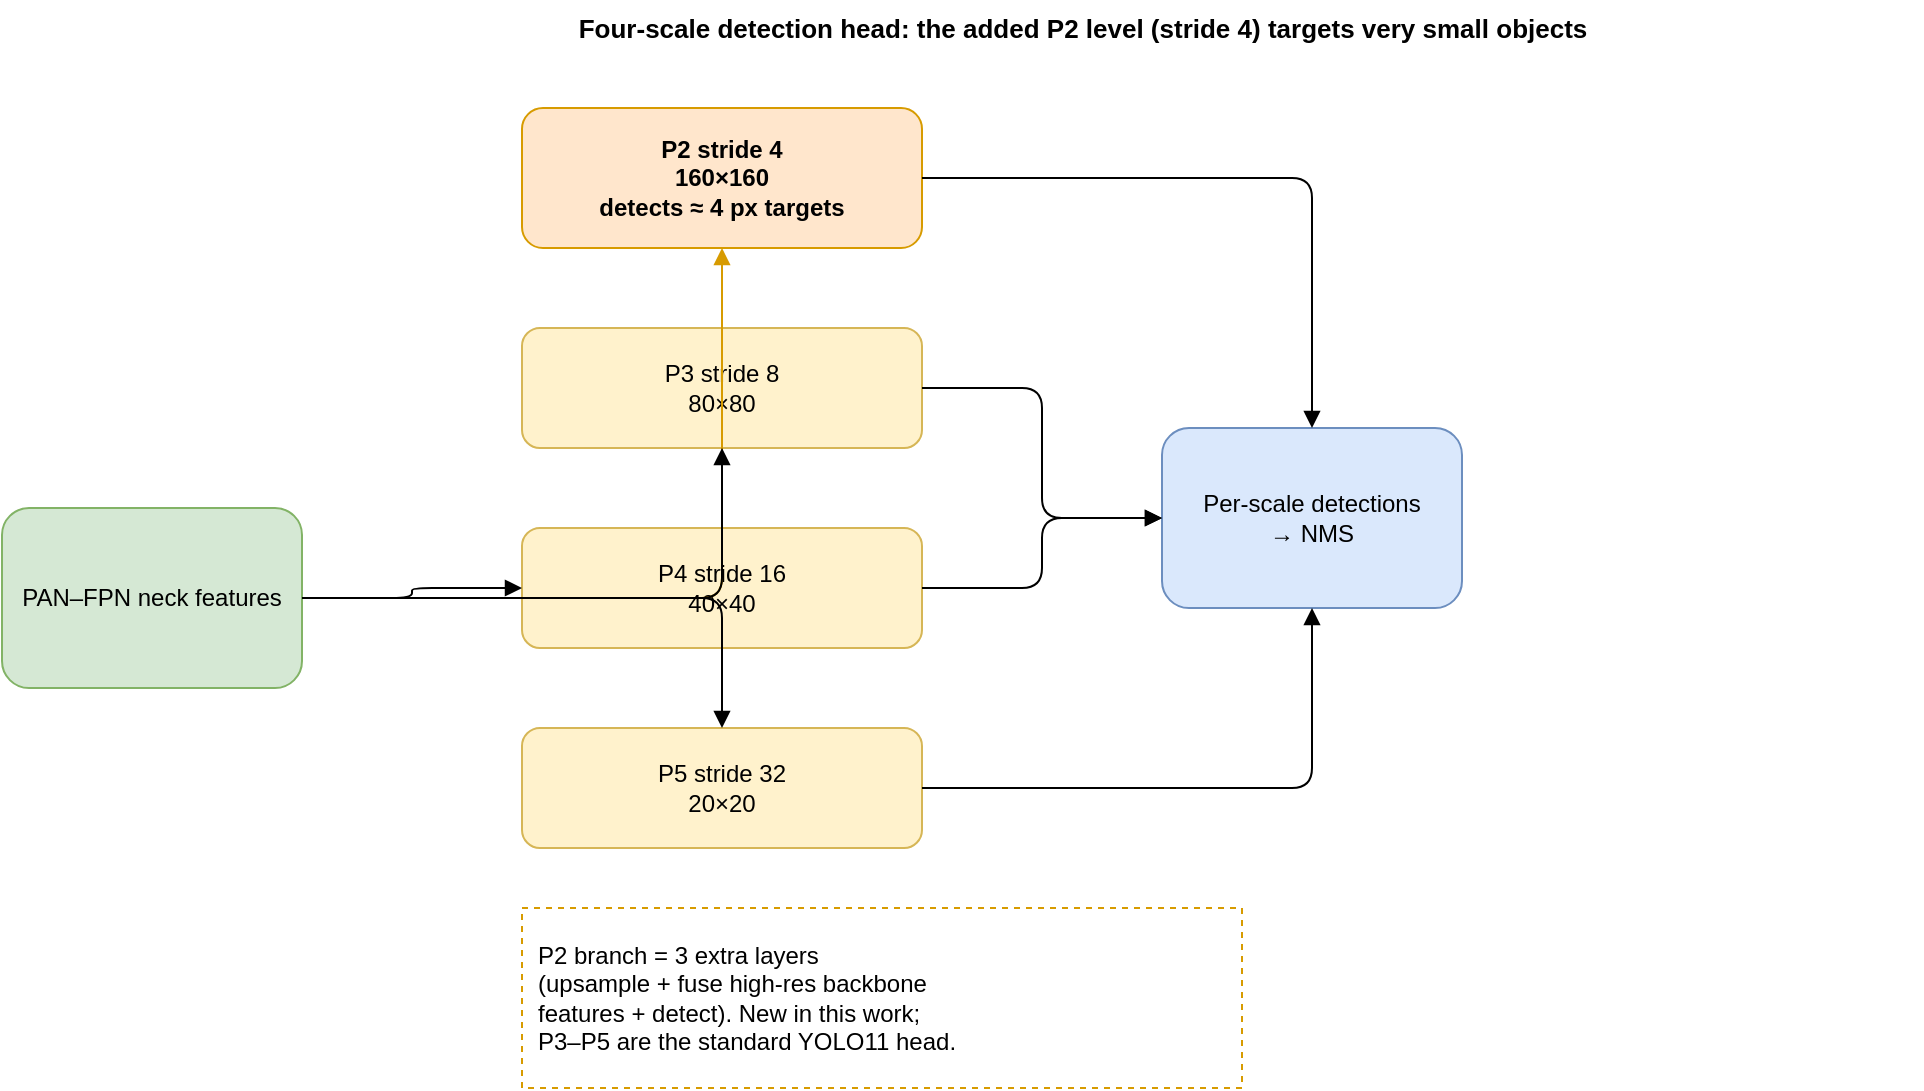
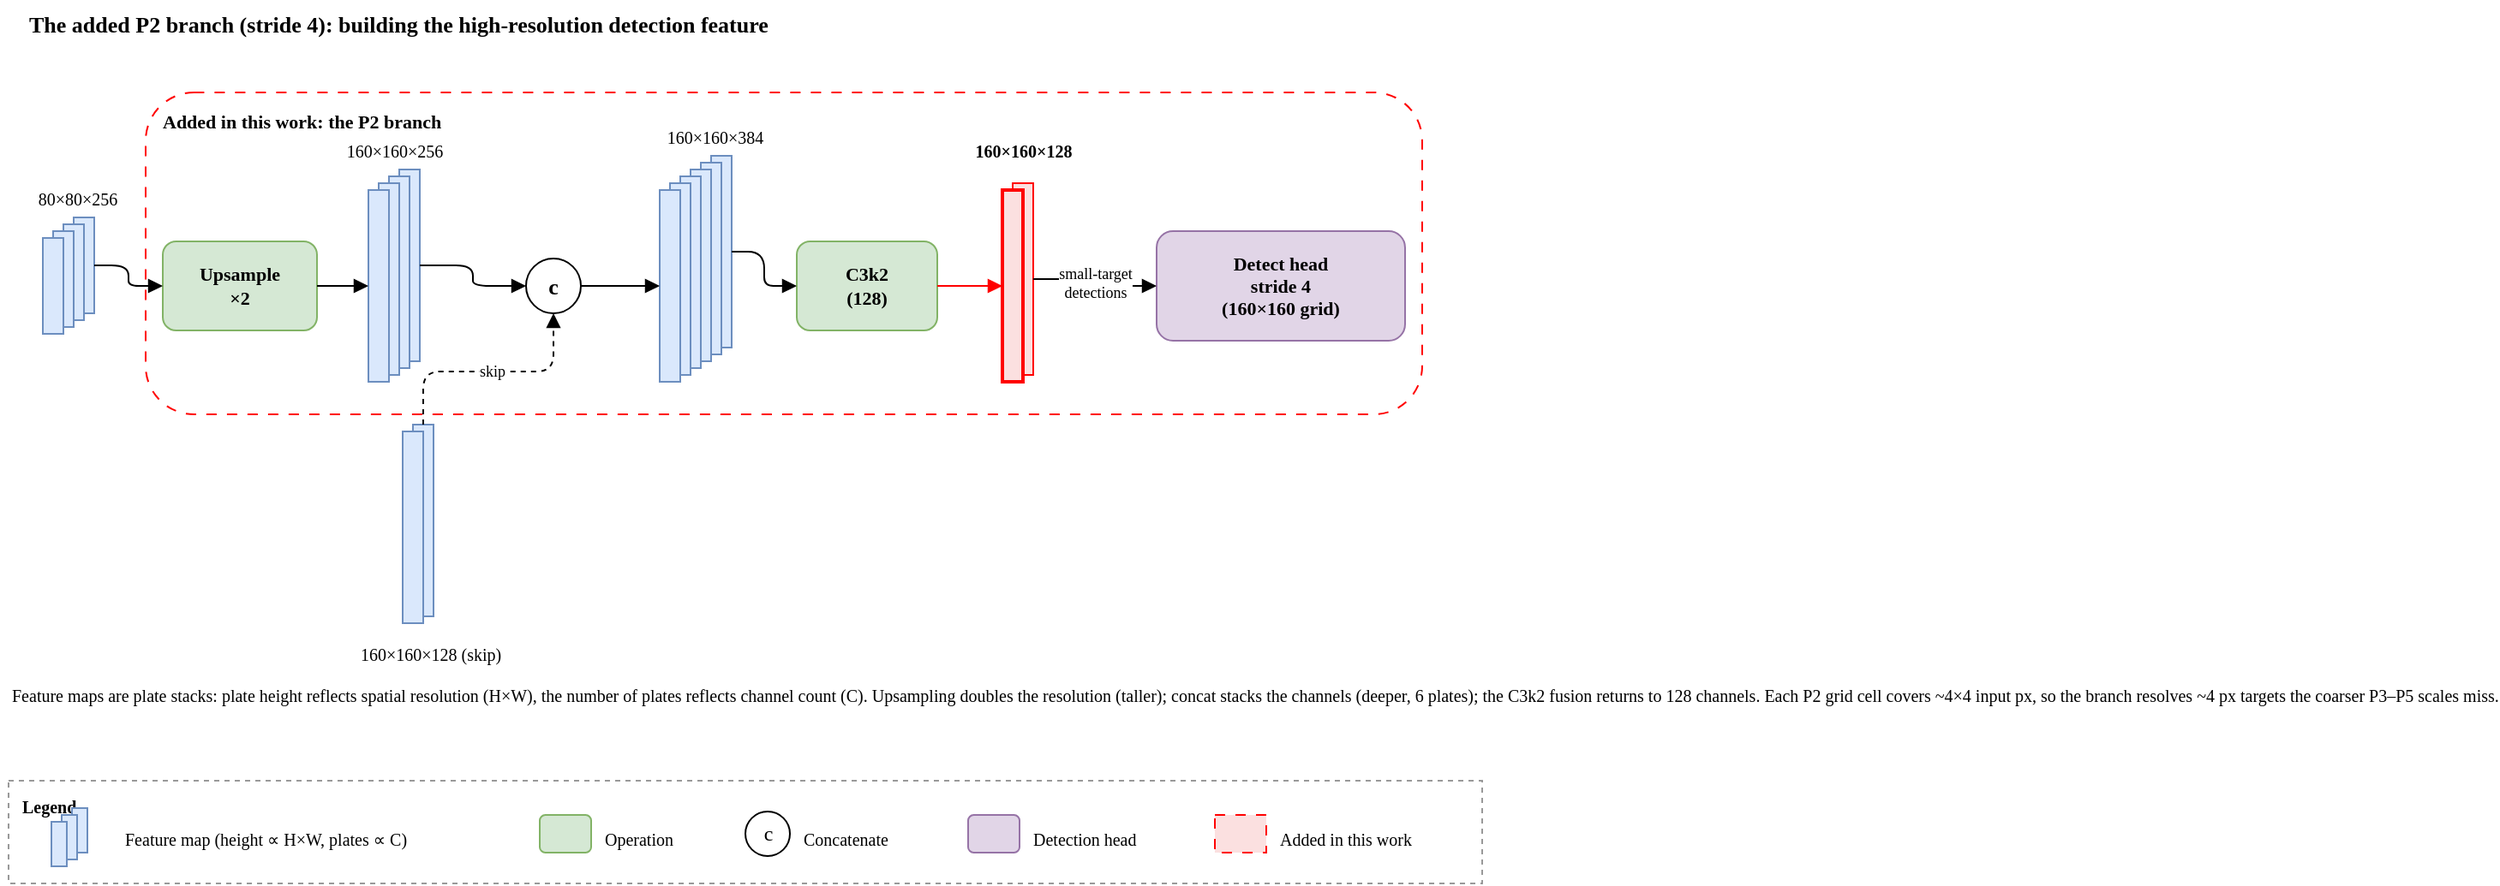
<mxfile host="app.diagrams.net" type="device">
-   <diagram name="P2 head" id="p2head">
-     <mxGraphModel dx="1000" dy="640" grid="1" gridSize="10" guides="1" arrows="1" fold="1" page="1" pageWidth="1200" pageHeight="640" math="0">
+   <diagram name="P2 branch (zoom)" id="p2branch">
+     <mxGraphModel dx="1100" dy="620" grid="1" gridSize="10" guides="1" tooltips="1" connect="1" arrows="1" fold="1" page="1" pageScale="1" pageWidth="900" pageHeight="540" math="0" shadow="0">
      <root>
-         <mxCell id="0"/>
-         <mxCell id="1" parent="0"/>
-         <mxCell id="t" value="Four-scale detection head: the added P2 level (stride 4) targets very small objects" style="text;html=1;fontSize=13;fontStyle=1;align=center;" vertex="1" parent="1"><mxGeometry x="180" y="16" width="840" height="24" as="geometry"/></mxCell>
+         <mxCell id="0" />
+         <mxCell id="1" parent="0" />

-         <mxCell id="neck" value="PAN&#8211;FPN neck features" style="rounded=1;whiteSpace=wrap;html=1;fillColor=#d5e8d4;strokeColor=#82b366;" vertex="1" parent="1"><mxGeometry x="60" y="270" width="150" height="90" as="geometry"/></mxCell>
+         <mxCell id="ttl" value="The added P2 branch (stride 4): building the high-resolution detection feature" style="text;html=1;fontFamily=Times New Roman;fontSize=13;fontStyle=1;align=left;" vertex="1" parent="1"><mxGeometry x="30" y="8" width="820" height="24" as="geometry" /></mxCell>

-         <mxCell id="p2" value="P2  stride 4&#10;160&#215;160&#10;detects &#8776; 4 px targets" style="rounded=1;whiteSpace=wrap;html=1;fillColor=#ffe6cc;strokeColor=#d79b00;fontStyle=1;" vertex="1" parent="1"><mxGeometry x="320" y="70" width="200" height="70" as="geometry"/></mxCell>
-         <mxCell id="p3" value="P3  stride 8&#10;80&#215;80" style="rounded=1;whiteSpace=wrap;html=1;fillColor=#fff2cc;strokeColor=#d6b656;" vertex="1" parent="1"><mxGeometry x="320" y="180" width="200" height="60" as="geometry"/></mxCell>
-         <mxCell id="p4" value="P4  stride 16&#10;40&#215;40" style="rounded=1;whiteSpace=wrap;html=1;fillColor=#fff2cc;strokeColor=#d6b656;" vertex="1" parent="1"><mxGeometry x="320" y="280" width="200" height="60" as="geometry"/></mxCell>
-         <mxCell id="p5" value="P5  stride 32&#10;20&#215;20" style="rounded=1;whiteSpace=wrap;html=1;fillColor=#fff2cc;strokeColor=#d6b656;" vertex="1" parent="1"><mxGeometry x="320" y="380" width="200" height="60" as="geometry"/></mxCell>
+         <!-- ===== red contribution container (drawn first, behind) ===== -->
+         <mxCell id="added" value="Added in this work: the P2 branch" style="rounded=1;whiteSpace=wrap;html=1;dashed=1;fillColor=none;strokeColor=#FF0000;fontFamily=Times New Roman;fontSize=11;fontStyle=1;verticalAlign=top;align=left;spacingLeft=8;spacingTop=4;dashPattern=6 6;" vertex="1" parent="1"><mxGeometry x="100" y="62" width="745" height="188" as="geometry" /></mxCell>

-         <mxCell id="note" value="P2 branch = 3 extra layers&#10;(upsample + fuse high-res backbone&#10;features + detect). New in this work;&#10;P3&#8211;P5 are the standard YOLO11 head." style="rounded=0;whiteSpace=wrap;html=1;dashed=1;fillColor=none;strokeColor=#d79b00;align=left;spacingLeft=6;" vertex="1" parent="1"><mxGeometry x="320" y="470" width="360" height="90" as="geometry"/></mxCell>
+         <!-- ===================== dimension labels (on top of stacks) ===================== -->
+         <mxCell id="lP3" value="80&#215;80&#215;256" style="text;html=1;fontFamily=Times New Roman;fontSize=10;align=center;" vertex="1" parent="1"><mxGeometry x="15" y="112" width="90" height="18" as="geometry" /></mxCell>
+         <mxCell id="lUP" value="160&#215;160&#215;256" style="text;html=1;fontFamily=Times New Roman;fontSize=10;align=center;" vertex="1" parent="1"><mxGeometry x="185" y="84" width="120" height="18" as="geometry" /></mxCell>
+         <mxCell id="lCAT" value="160&#215;160&#215;384" style="text;html=1;fontFamily=Times New Roman;fontSize=10;align=center;" vertex="1" parent="1"><mxGeometry x="372" y="76" width="120" height="18" as="geometry" /></mxCell>
+         <mxCell id="lP2" value="160&#215;160&#215;128" style="text;html=1;fontFamily=Times New Roman;fontSize=10;align=center;fontStyle=1;" vertex="1" parent="1"><mxGeometry x="552" y="84" width="120" height="18" as="geometry" /></mxCell>
+         <mxCell id="lBB" value="160&#215;160&#215;128  (skip)" style="text;html=1;fontFamily=Times New Roman;fontSize=10;align=center;" vertex="1" parent="1"><mxGeometry x="196" y="378" width="140" height="18" as="geometry" /></mxCell>

-         <mxCell id="det" value="Per-scale detections&#10;&#8594; NMS" style="rounded=1;whiteSpace=wrap;html=1;fillColor=#dae8fc;strokeColor=#6c8ebf;" vertex="1" parent="1"><mxGeometry x="640" y="230" width="150" height="90" as="geometry"/></mxCell>
+         <!-- ===================== P3 neck feature: 80x80 (short) x256 (4 plates) ===================== -->
+         <mxCell id="P3b" value="" style="rounded=0;html=1;fillColor=#dae8fc;strokeColor=#6c8ebf;" vertex="1" parent="1"><mxGeometry x="58" y="135" width="12" height="56" as="geometry" /></mxCell>
+         <mxCell id="P33" value="" style="rounded=0;html=1;fillColor=#dae8fc;strokeColor=#6c8ebf;" vertex="1" parent="1"><mxGeometry x="52" y="139" width="12" height="56" as="geometry" /></mxCell>
+         <mxCell id="P32" value="" style="rounded=0;html=1;fillColor=#dae8fc;strokeColor=#6c8ebf;" vertex="1" parent="1"><mxGeometry x="46" y="143" width="12" height="56" as="geometry" /></mxCell>
+         <mxCell id="P3" value="" style="rounded=0;html=1;fillColor=#dae8fc;strokeColor=#6c8ebf;" vertex="1" parent="1"><mxGeometry x="40" y="147" width="12" height="56" as="geometry" /></mxCell>

-         <mxCell id="e1" style="html=1;endArrow=block;edgeStyle=orthogonalEdgeStyle;strokeColor=#d79b00;" edge="1" parent="1" source="neck" target="p2"><mxGeometry relative="1" as="geometry"/></mxCell>
-         <mxCell id="e2" style="html=1;endArrow=block;edgeStyle=orthogonalEdgeStyle;" edge="1" parent="1" source="neck" target="p3"><mxGeometry relative="1" as="geometry"/></mxCell>
-         <mxCell id="e3" style="html=1;endArrow=block;edgeStyle=orthogonalEdgeStyle;" edge="1" parent="1" source="neck" target="p4"><mxGeometry relative="1" as="geometry"/></mxCell>
-         <mxCell id="e4" style="html=1;endArrow=block;edgeStyle=orthogonalEdgeStyle;" edge="1" parent="1" source="neck" target="p5"><mxGeometry relative="1" as="geometry"/></mxCell>
-         <mxCell id="e5" style="html=1;endArrow=block;edgeStyle=orthogonalEdgeStyle;" edge="1" parent="1" source="p2" target="det"><mxGeometry relative="1" as="geometry"/></mxCell>
-         <mxCell id="e6" style="html=1;endArrow=block;edgeStyle=orthogonalEdgeStyle;" edge="1" parent="1" source="p3" target="det"><mxGeometry relative="1" as="geometry"/></mxCell>
-         <mxCell id="e7" style="html=1;endArrow=block;edgeStyle=orthogonalEdgeStyle;" edge="1" parent="1" source="p4" target="det"><mxGeometry relative="1" as="geometry"/></mxCell>
-         <mxCell id="e8" style="html=1;endArrow=block;edgeStyle=orthogonalEdgeStyle;" edge="1" parent="1" source="p5" target="det"><mxGeometry relative="1" as="geometry"/></mxCell>
+         <!-- Upsample op -->
+         <mxCell id="upOp" value="Upsample&#10;&#215;2" style="rounded=1;whiteSpace=wrap;html=1;fillColor=#d5e8d4;strokeColor=#82b366;fontFamily=Times New Roman;fontSize=11;fontStyle=1;" vertex="1" parent="1"><mxGeometry x="110" y="149" width="90" height="52" as="geometry" /></mxCell>
+ 
+         <!-- ===================== Upsampled feature: 160x160 (tall) x256 (4 plates) ===================== -->
+         <mxCell id="UPb" value="" style="rounded=0;html=1;fillColor=#dae8fc;strokeColor=#6c8ebf;" vertex="1" parent="1"><mxGeometry x="248" y="107" width="12" height="112" as="geometry" /></mxCell>
+         <mxCell id="UP3" value="" style="rounded=0;html=1;fillColor=#dae8fc;strokeColor=#6c8ebf;" vertex="1" parent="1"><mxGeometry x="242" y="111" width="12" height="112" as="geometry" /></mxCell>
+         <mxCell id="UP2" value="" style="rounded=0;html=1;fillColor=#dae8fc;strokeColor=#6c8ebf;" vertex="1" parent="1"><mxGeometry x="236" y="115" width="12" height="112" as="geometry" /></mxCell>
+         <mxCell id="UP" value="" style="rounded=0;html=1;fillColor=#dae8fc;strokeColor=#6c8ebf;" vertex="1" parent="1"><mxGeometry x="230" y="119" width="12" height="112" as="geometry" /></mxCell>
+ 
+         <!-- concat glyph -->
+         <mxCell id="cc" value="c" style="ellipse;whiteSpace=wrap;html=1;fillColor=#ffffff;strokeColor=#000000;fontFamily=Times New Roman;fontSize=13;fontStyle=1;" vertex="1" parent="1"><mxGeometry x="322" y="159" width="32" height="32" as="geometry" /></mxCell>
+ 
+         <!-- ===================== concat feature: 160x160 (tall) x384 (6 plates) ===================== -->
+         <mxCell id="CATb" value="" style="rounded=0;html=1;fillColor=#dae8fc;strokeColor=#6c8ebf;" vertex="1" parent="1"><mxGeometry x="430" y="99" width="12" height="112" as="geometry" /></mxCell>
+         <mxCell id="CAT5" value="" style="rounded=0;html=1;fillColor=#dae8fc;strokeColor=#6c8ebf;" vertex="1" parent="1"><mxGeometry x="424" y="103" width="12" height="112" as="geometry" /></mxCell>
+         <mxCell id="CAT4" value="" style="rounded=0;html=1;fillColor=#dae8fc;strokeColor=#6c8ebf;" vertex="1" parent="1"><mxGeometry x="418" y="107" width="12" height="112" as="geometry" /></mxCell>
+         <mxCell id="CAT3" value="" style="rounded=0;html=1;fillColor=#dae8fc;strokeColor=#6c8ebf;" vertex="1" parent="1"><mxGeometry x="412" y="111" width="12" height="112" as="geometry" /></mxCell>
+         <mxCell id="CAT2" value="" style="rounded=0;html=1;fillColor=#dae8fc;strokeColor=#6c8ebf;" vertex="1" parent="1"><mxGeometry x="406" y="115" width="12" height="112" as="geometry" /></mxCell>
+         <mxCell id="CAT" value="" style="rounded=0;html=1;fillColor=#dae8fc;strokeColor=#6c8ebf;" vertex="1" parent="1"><mxGeometry x="400" y="119" width="12" height="112" as="geometry" /></mxCell>
+ 
+         <!-- C3k2 op -->
+         <mxCell id="c3k2" value="C3k2&#10;(128)" style="rounded=1;whiteSpace=wrap;html=1;fillColor=#d5e8d4;strokeColor=#82b366;fontFamily=Times New Roman;fontSize=11;fontStyle=1;" vertex="1" parent="1"><mxGeometry x="480" y="149" width="82" height="52" as="geometry" /></mxCell>
+ 
+         <!-- ===================== P2 feature: 160x160 (tall) x128 (2 plates), red ===================== -->
+         <mxCell id="P2b" value="" style="rounded=0;html=1;fillColor=#fbe0e0;strokeColor=#FF0000;" vertex="1" parent="1"><mxGeometry x="606" y="115" width="12" height="112" as="geometry" /></mxCell>
+         <mxCell id="P2" value="" style="rounded=0;html=1;fillColor=#fbe0e0;strokeColor=#FF0000;strokeWidth=2;" vertex="1" parent="1"><mxGeometry x="600" y="119" width="12" height="112" as="geometry" /></mxCell>
+ 
+         <!-- Detect head op -->
+         <mxCell id="det" value="Detect head&#10;stride 4&#10;(160&#215;160 grid)" style="rounded=1;whiteSpace=wrap;html=1;fillColor=#e1d5e7;strokeColor=#9673a6;fontFamily=Times New Roman;fontSize=11;fontStyle=1;" vertex="1" parent="1"><mxGeometry x="690" y="143" width="145" height="64" as="geometry" /></mxCell>
+ 
+         <!-- ===================== backbone P2 feature: 160x160 (tall) x128 (2 plates), skip ===================== -->
+         <mxCell id="BBb" value="" style="rounded=0;html=1;fillColor=#dae8fc;strokeColor=#6c8ebf;" vertex="1" parent="1"><mxGeometry x="256" y="256" width="12" height="112" as="geometry" /></mxCell>
+         <mxCell id="BB" value="" style="rounded=0;html=1;fillColor=#dae8fc;strokeColor=#6c8ebf;" vertex="1" parent="1"><mxGeometry x="250" y="260" width="12" height="112" as="geometry" /></mxCell>
+ 
+         <mxCell id="note" value="Feature maps are plate stacks: plate height reflects spatial resolution (H&#215;W), the number of plates reflects channel count (C). Upsampling doubles the resolution (taller); concat stacks the channels (deeper, 6 plates); the C3k2 fusion returns to 128 channels. Each P2 grid cell covers ~4&#215;4 input px, so the branch resolves ~4 px targets the coarser P3&#8211;P5 scales miss." style="text;html=1;fontFamily=Times New Roman;fontSize=10;align=left;verticalAlign=top;" vertex="1" parent="1"><mxGeometry x="20" y="402" width="820" height="46" as="geometry" /></mxCell>
+ 
+         <!-- ===================== edges ===================== -->
+         <mxCell id="e1" style="edgeStyle=orthogonalEdgeStyle;html=1;endArrow=block;exitX=1;exitY=0.5;entryX=0;entryY=0.5;" edge="1" parent="1" source="P3b" target="upOp"><mxGeometry relative="1" as="geometry" /></mxCell>
+         <mxCell id="e2" style="edgeStyle=orthogonalEdgeStyle;html=1;endArrow=block;exitX=1;exitY=0.5;entryX=0;entryY=0.5;" edge="1" parent="1" source="upOp" target="UP"><mxGeometry relative="1" as="geometry" /></mxCell>
+         <mxCell id="e3" style="edgeStyle=orthogonalEdgeStyle;html=1;endArrow=block;exitX=1;exitY=0.5;entryX=0;entryY=0.5;" edge="1" parent="1" source="UPb" target="cc"><mxGeometry relative="1" as="geometry" /></mxCell>
+         <mxCell id="e4" value="skip" style="edgeStyle=orthogonalEdgeStyle;html=1;endArrow=block;dashed=1;fontFamily=Times New Roman;fontSize=9;exitX=0.5;exitY=0;entryX=0.5;entryY=1;" edge="1" parent="1" source="BBb" target="cc"><mxGeometry relative="1" as="geometry"><Array as="points"><mxPoint x="262" y="225" /><mxPoint x="338" y="225" /></Array></mxGeometry></mxCell>
+         <mxCell id="e5" style="edgeStyle=orthogonalEdgeStyle;html=1;endArrow=block;exitX=1;exitY=0.5;entryX=0;entryY=0.5;" edge="1" parent="1" source="cc" target="CAT"><mxGeometry relative="1" as="geometry" /></mxCell>
+         <mxCell id="e6" style="edgeStyle=orthogonalEdgeStyle;html=1;endArrow=block;exitX=1;exitY=0.5;entryX=0;entryY=0.5;" edge="1" parent="1" source="CATb" target="c3k2"><mxGeometry relative="1" as="geometry" /></mxCell>
+         <mxCell id="e7" style="edgeStyle=orthogonalEdgeStyle;html=1;endArrow=block;strokeColor=#FF0000;exitX=1;exitY=0.5;entryX=0;entryY=0.5;" edge="1" parent="1" source="c3k2" target="P2"><mxGeometry relative="1" as="geometry" /></mxCell>
+         <mxCell id="e8" value="small-target&#10;detections" style="edgeStyle=orthogonalEdgeStyle;html=1;endArrow=block;fontFamily=Times New Roman;fontSize=9;exitX=1;exitY=0.5;entryX=0;entryY=0.5;" edge="1" parent="1" source="P2b" target="det"><mxGeometry relative="1" as="geometry" /></mxCell>
+ 
+         <!-- ===================== legend ===================== -->
+         <mxCell id="lgbox" value="Legend" style="rounded=0;whiteSpace=wrap;html=1;fillColor=none;strokeColor=#999999;dashed=1;fontFamily=Times New Roman;fontSize=10;fontStyle=1;verticalAlign=top;align=left;spacingLeft=6;spacingTop=3;" vertex="1" parent="1"><mxGeometry x="20" y="464" width="860" height="60" as="geometry" /></mxCell>
+         <mxCell id="ls1" value="" style="rounded=0;html=1;fillColor=#dae8fc;strokeColor=#6c8ebf;" vertex="1" parent="1"><mxGeometry x="57" y="480" width="9" height="26" as="geometry" /></mxCell>
+         <mxCell id="ls2" value="" style="rounded=0;html=1;fillColor=#dae8fc;strokeColor=#6c8ebf;" vertex="1" parent="1"><mxGeometry x="51" y="484" width="9" height="26" as="geometry" /></mxCell>
+         <mxCell id="ls3" value="" style="rounded=0;html=1;fillColor=#dae8fc;strokeColor=#6c8ebf;" vertex="1" parent="1"><mxGeometry x="45" y="488" width="9" height="26" as="geometry" /></mxCell>
+         <mxCell id="lt1" value="Feature map (height &#8733; H&#215;W, plates &#8733; C)" style="text;html=1;fontFamily=Times New Roman;fontSize=10;align=left;" vertex="1" parent="1"><mxGeometry x="86" y="486" width="240" height="20" as="geometry" /></mxCell>
+         <mxCell id="lg2s" value="" style="rounded=1;html=1;fillColor=#d5e8d4;strokeColor=#82b366;" vertex="1" parent="1"><mxGeometry x="330" y="484" width="30" height="22" as="geometry" /></mxCell>
+         <mxCell id="lg2t" value="Operation" style="text;html=1;fontFamily=Times New Roman;fontSize=10;align=left;" vertex="1" parent="1"><mxGeometry x="366" y="486" width="80" height="20" as="geometry" /></mxCell>
+         <mxCell id="lg3s" value="c" style="ellipse;html=1;fillColor=#ffffff;strokeColor=#000000;fontFamily=Times New Roman;fontSize=12;" vertex="1" parent="1"><mxGeometry x="450" y="482" width="26" height="26" as="geometry" /></mxCell>
+         <mxCell id="lg3t" value="Concatenate" style="text;html=1;fontFamily=Times New Roman;fontSize=10;align=left;" vertex="1" parent="1"><mxGeometry x="482" y="486" width="90" height="20" as="geometry" /></mxCell>
+         <mxCell id="lg4s" value="" style="rounded=1;html=1;fillColor=#e1d5e7;strokeColor=#9673a6;" vertex="1" parent="1"><mxGeometry x="580" y="484" width="30" height="22" as="geometry" /></mxCell>
+         <mxCell id="lg4t" value="Detection head" style="text;html=1;fontFamily=Times New Roman;fontSize=10;align=left;" vertex="1" parent="1"><mxGeometry x="616" y="486" width="100" height="20" as="geometry" /></mxCell>
+         <mxCell id="lg5s" value="" style="rounded=0;html=1;fillColor=#fbe0e0;strokeColor=#FF0000;dashed=1;dashPattern=6 6;" vertex="1" parent="1"><mxGeometry x="724" y="484" width="30" height="22" as="geometry" /></mxCell>
+         <mxCell id="lg5t" value="Added in this work" style="text;html=1;fontFamily=Times New Roman;fontSize=10;align=left;" vertex="1" parent="1"><mxGeometry x="760" y="486" width="120" height="20" as="geometry" /></mxCell>
      </root>
    </mxGraphModel>
  </diagram>
</mxfile>
